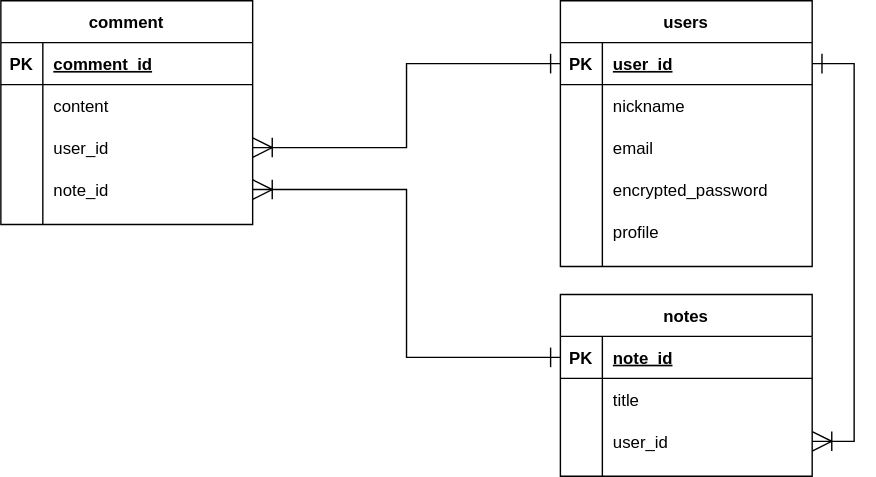
Above: mynotes.drawio.svg in LIFE-enjoy/mynotes (draw.io), before the change. Source tidied: cells renumbered, new cells last; positions are measured from the earlier drawing's top-left corner, leaving out a move shared by most shapes.
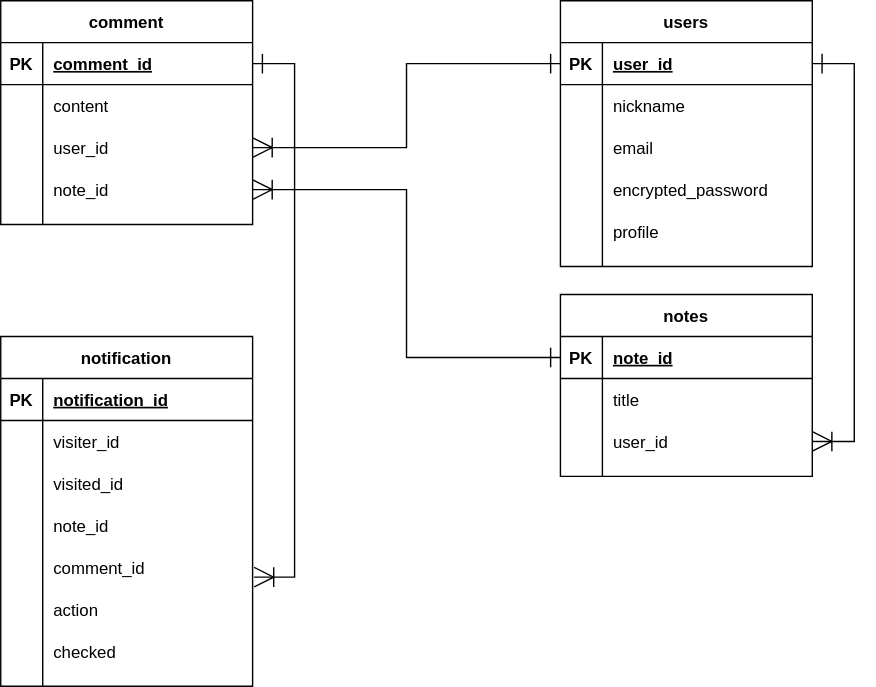
Above is the later version.

The edit, as a diff of the source:
```diff
@@ -1,4 +1,4 @@
-<mxGraphModel background="#ffffff">
+<mxGraphModel>
   <root>
     <mxCell id="0" />
     <mxCell id="1" parent="0" />
@@ -128,5 +128,74 @@
     <mxCell id="43" style="edgeStyle=orthogonalEdgeStyle;rounded=0;jettySize=auto;html=1;exitX=1;exitY=0.5;exitDx=0;exitDy=0;entryX=1;entryY=0.5;entryDx=0;entryDy=0;startArrow=ERoneToMany;startFill=0;startSize=12;endArrow=ERone;endFill=0;endSize=12;" parent="1" edge="1" source="25" target="3">
       <mxGeometry relative="1" as="geometry" />
     </mxCell>
+    <mxCell id="44" value="notification" style="shape=table;startSize=30;rowLines=0;fontStyle=1;align=center;" parent="1" vertex="1">
+      <mxGeometry y="240" width="180" height="250" as="geometry" />
+    </mxCell>
+    <mxCell id="45" style="shape=partialRectangle;fillColor=none;top=0;left=0;bottom=1;right=0;" parent="44" vertex="1">
+      <mxGeometry y="30" width="180" height="30" as="geometry" />
+    </mxCell>
+    <mxCell id="46" value="PK" style="shape=partialRectangle;fillColor=none;top=0;left=0;bottom=0;right=0;fontStyle=1;overflow=hidden;" parent="45" vertex="1">
+      <mxGeometry width="30" height="30" as="geometry" />
+    </mxCell>
+    <mxCell id="47" value="notification_id" style="shape=partialRectangle;fillColor=none;top=0;left=0;bottom=0;right=0;align=left;spacingLeft=6;fontStyle=5;overflow=hidden;" parent="45" vertex="1">
+      <mxGeometry x="30" width="150" height="30" as="geometry" />
+    </mxCell>
+    <mxCell id="48" style="shape=partialRectangle;fillColor=none;top=0;left=0;bottom=0;right=0;" parent="44" vertex="1">
+      <mxGeometry y="60" width="180" height="30" as="geometry" />
+    </mxCell>
+    <mxCell id="49" style="shape=partialRectangle;fillColor=none;top=0;left=0;bottom=0;right=0;overflow=hidden;" parent="48" vertex="1">
+      <mxGeometry width="30" height="30" as="geometry" />
+    </mxCell>
+    <mxCell id="50" value="visiter_id" style="shape=partialRectangle;fillColor=none;top=0;left=0;bottom=0;right=0;align=left;spacingLeft=6;overflow=hidden;" parent="48" vertex="1">
+      <mxGeometry x="30" width="150" height="30" as="geometry" />
+    </mxCell>
+    <mxCell id="51" style="shape=partialRectangle;fillColor=none;top=0;left=0;bottom=0;right=0;" parent="44" vertex="1">
+      <mxGeometry y="90" width="180" height="30" as="geometry" />
+    </mxCell>
+    <mxCell id="52" style="shape=partialRectangle;fillColor=none;top=0;left=0;bottom=0;right=0;overflow=hidden;" parent="51" vertex="1">
+      <mxGeometry width="30" height="30" as="geometry" />
+    </mxCell>
+    <mxCell id="53" value="visited_id" style="shape=partialRectangle;fillColor=none;top=0;left=0;bottom=0;right=0;align=left;spacingLeft=6;overflow=hidden;" parent="51" vertex="1">
+      <mxGeometry x="30" width="150" height="30" as="geometry" />
+    </mxCell>
+    <mxCell id="54" style="shape=partialRectangle;fillColor=none;top=0;left=0;bottom=0;right=0;" parent="44" vertex="1">
+      <mxGeometry y="120" width="180" height="30" as="geometry" />
+    </mxCell>
+    <mxCell id="55" style="shape=partialRectangle;fillColor=none;top=0;left=0;bottom=0;right=0;overflow=hidden;" parent="54" vertex="1">
+      <mxGeometry width="30" height="30" as="geometry" />
+    </mxCell>
+    <mxCell id="56" value="note_id" style="shape=partialRectangle;fillColor=none;top=0;left=0;bottom=0;right=0;align=left;spacingLeft=6;overflow=hidden;" parent="54" vertex="1">
+      <mxGeometry x="30" width="150" height="30" as="geometry" />
+    </mxCell>
+    <mxCell id="57" style="shape=partialRectangle;fillColor=none;top=0;left=0;bottom=0;right=0;points=[[0,0.5],[1,0.5]];portConstraint=eastwest;" parent="44" vertex="1">
+      <mxGeometry y="150" width="180" height="30" as="geometry" />
+    </mxCell>
+    <mxCell id="58" style="shape=partialRectangle;fillColor=none;top=0;left=0;bottom=0;right=0;overflow=hidden;" parent="57" vertex="1">
+      <mxGeometry width="30" height="30" as="geometry" />
+    </mxCell>
+    <mxCell id="59" value="comment_id" style="shape=partialRectangle;fillColor=none;top=0;left=0;bottom=0;right=0;align=left;spacingLeft=6;overflow=hidden;" parent="57" vertex="1">
+      <mxGeometry x="30" width="150" height="30" as="geometry" />
+    </mxCell>
+    <mxCell id="60" style="shape=partialRectangle;fillColor=none;top=0;left=0;bottom=0;right=0;" parent="44" vertex="1">
+      <mxGeometry y="180" width="180" height="30" as="geometry" />
+    </mxCell>
+    <mxCell id="61" style="shape=partialRectangle;fillColor=none;top=0;left=0;bottom=0;right=0;overflow=hidden;" parent="60" vertex="1">
+      <mxGeometry width="30" height="30" as="geometry" />
+    </mxCell>
+    <mxCell id="62" value="action" style="shape=partialRectangle;fillColor=none;top=0;left=0;bottom=0;right=0;align=left;spacingLeft=6;overflow=hidden;" parent="60" vertex="1">
+      <mxGeometry x="30" width="150" height="30" as="geometry" />
+    </mxCell>
+    <mxCell id="63" style="shape=partialRectangle;fillColor=none;top=0;left=0;bottom=0;right=0;" parent="44" vertex="1">
+      <mxGeometry y="210" width="180" height="30" as="geometry" />
+    </mxCell>
+    <mxCell id="64" style="shape=partialRectangle;fillColor=none;top=0;left=0;bottom=0;right=0;overflow=hidden;" parent="63" vertex="1">
+      <mxGeometry width="30" height="30" as="geometry" />
+    </mxCell>
+    <mxCell id="65" value="checked" style="shape=partialRectangle;fillColor=none;top=0;left=0;bottom=0;right=0;align=left;spacingLeft=6;overflow=hidden;" parent="63" vertex="1">
+      <mxGeometry x="30" width="150" height="30" as="geometry" />
+    </mxCell>
+    <mxCell id="66" style="edgeStyle=orthogonalEdgeStyle;rounded=0;jettySize=auto;html=1;exitX=1;exitY=0.5;exitDx=0;exitDy=0;entryX=1.006;entryY=0.733;entryDx=0;entryDy=0;entryPerimeter=0;endArrow=ERoneToMany;endFill=0;startArrow=ERone;startFill=0;jumpSize=6;endSize=12;startSize=12;" parent="1" edge="1" source="29" target="57">
+      <mxGeometry relative="1" as="geometry" />
+    </mxCell>
   </root>
 </mxGraphModel>
```
